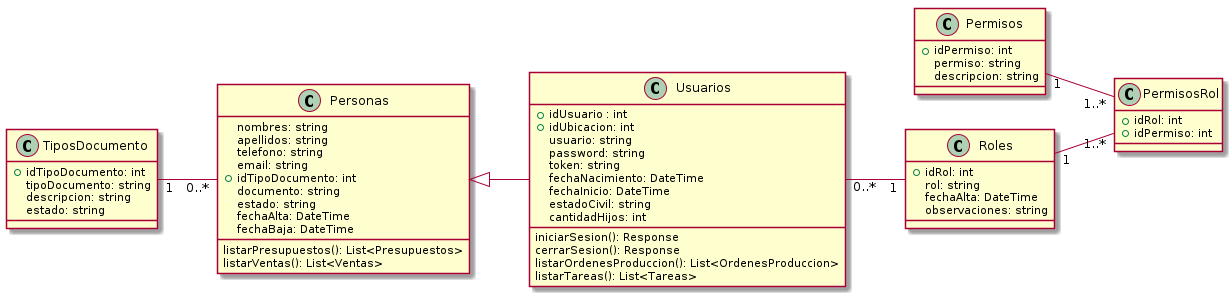
The PlantUML diagram Informe Final/Imagenes/DiagramaClases/Vistas/vistaSistema.png in ZMGestion/DocumentacionZMGestion, before a commit.
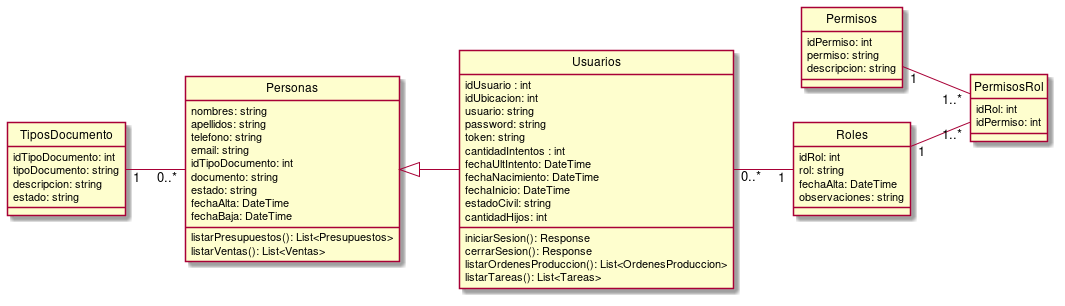
The same file after the commit.

Diff of the diagram source:
```diff
@@ -1,55 +1,10 @@
 @startuml vistaSistema
-class Personas{
-   nombres: string
-   apellidos: string
-   telefono: string
-   email: string
-   +idTipoDocumento: int
-   documento: string
-   estado: string
-   fechaAlta: DateTime
-   fechaBaja: DateTime
-
-   listarPresupuestos(): List<Presupuestos>
-   listarVentas(): List<Ventas>
-}
-class Usuarios {
-   +idUsuario : int
-   +idUbicacion: int
-   usuario: string
-   password: string
-   token: string
-   fechaNacimiento: DateTime
-   fechaInicio: DateTime
-   estadoCivil: string
-   cantidadHijos: int
-
-   iniciarSesion(): Response
-   cerrarSesion(): Response
-   listarOrdenesProduccion(): List<OrdenesProduccion>
-   listarTareas(): List<Tareas>
-}
-class TiposDocumento{
-   +idTipoDocumento: int
-   tipoDocumento: string
-   descripcion: string
-   estado: string
-}
-class Permisos{
-    +idPermiso: int
-    permiso: string
-    descripcion: string
-}
-class Roles{
-    +idRol: int
-    rol: string
-    fechaAlta: DateTime
-    observaciones: string
-}
-class PermisosRol{
-    +idRol: int
-    +idPermiso: int
-}
+!include ./Clases/Personas.puml
+!include ./Clases/Usuarios.puml
+!include ./Clases/TiposDocumento.puml
+!include ./Clases/Permisos.puml
+!include ./Clases/Roles.puml
+!include ./Clases/PermisosRol.puml
 
 left to right direction
 Personas <|-- Usuarios
```
